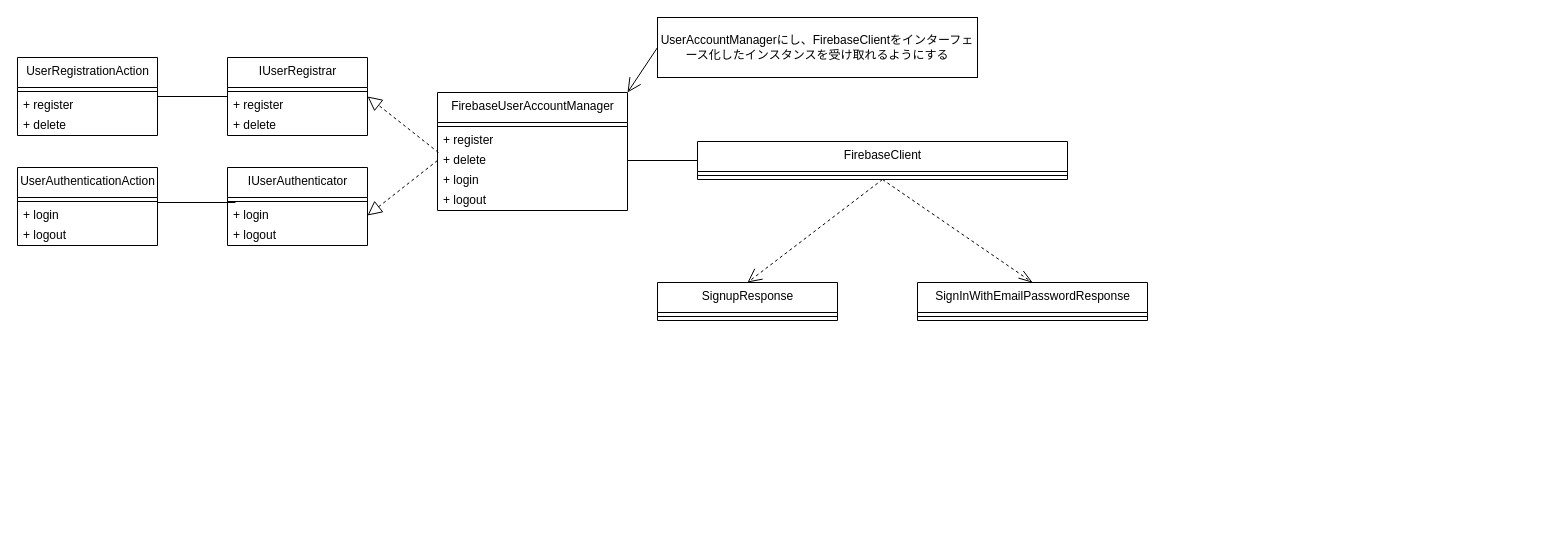
Earlier version of the draw.io diagram page "AuthenticationModule" (3 of 7) of project-designs/class-diagrams/ff14-sns.drawio (Mouwf/FF14SNS). Source tidied: cells renumbered, new cells numbered last; positions are measured from the earlier drawing's top-left corner, leaving out a move shared by most shapes. Both pictures are drawn from the tidied source at 100%, with x=0, y=0 at pixel (17, 17).
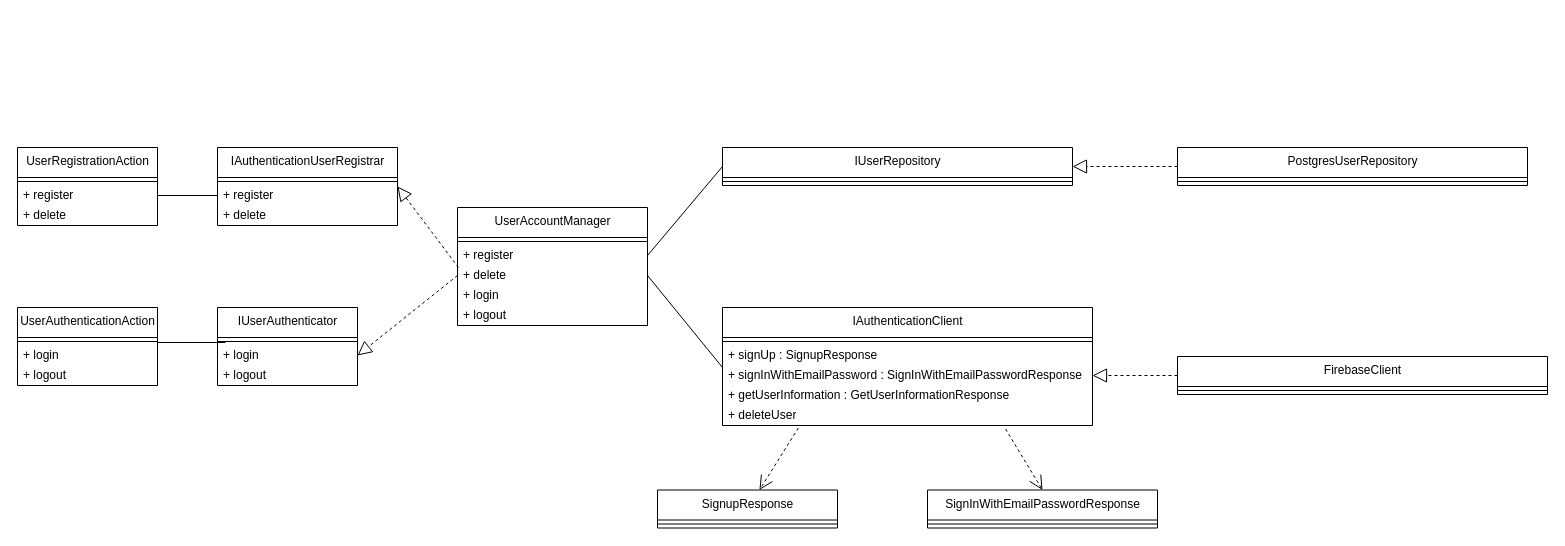
After the change.

The change refers to these unchanged cells:
```xml
<mxCell id="12" value="+ register" style="text;html=1;strokeColor=none;fillColor=none;align=left;verticalAlign=middle;spacingLeft=4;spacingRight=4;overflow=hidden;points=[[0,0.5],[1,0.5]];portConstraint=eastwest;" parent="10" vertex="1">
  <mxGeometry y="38" width="190" height="20" as="geometry" />
</mxCell>
<mxCell id="13" value="+ delete" style="text;html=1;strokeColor=none;fillColor=none;align=left;verticalAlign=middle;spacingLeft=4;spacingRight=4;overflow=hidden;points=[[0,0.5],[1,0.5]];portConstraint=eastwest;" parent="10" vertex="1">
  <mxGeometry y="58" width="190" height="20" as="geometry" />
</mxCell>
<mxCell id="19" value="+ register" style="text;html=1;strokeColor=none;fillColor=none;align=left;verticalAlign=middle;spacingLeft=4;spacingRight=4;overflow=hidden;points=[[0,0.5],[1,0.5]];portConstraint=eastwest;" parent="17" vertex="1">
  <mxGeometry y="38" width="140" height="20" as="geometry" />
</mxCell>
```

What changed in the source:
```diff
@@
     <mxCell id="2" value="IUserAuthenticator" style="swimlane;fontStyle=0;align=center;verticalAlign=top;horizontal=1;startSize=30;html=1;" parent="1" vertex="1">
-      <mxGeometry x="210" y="150" width="140" height="78" as="geometry" />
+      <mxGeometry x="200" y="290" width="140" height="78" as="geometry" />
     </mxCell>
@@
-    <mxCell id="6" value="IUserRegistrar" style="swimlane;fontStyle=0;align=center;verticalAlign=top;horizontal=1;startSize=30;html=1;" parent="1" vertex="1">
-      <mxGeometry x="210" y="40" width="140" height="78" as="geometry" />
+    <mxCell id="6" value="IAuthenticationUserRegistrar" style="swimlane;fontStyle=0;align=center;verticalAlign=top;horizontal=1;startSize=30;html=1;" parent="1" vertex="1">
+      <mxGeometry x="200" y="130" width="180" height="78" as="geometry" />
     </mxCell>
     <mxCell id="7" style="line;strokeWidth=1;fillColor=none;align=left;verticalAlign=middle;spacingTop=-1;spacingLeft=3;spacingRight=3;labelPosition=right;" parent="6" vertex="1">
-      <mxGeometry y="30" width="140" height="8" as="geometry" />
+      <mxGeometry y="30" width="180" height="8" as="geometry" />
     </mxCell>
     <mxCell id="8" value="+ register" style="text;html=1;strokeColor=none;fillColor=none;align=left;verticalAlign=middle;spacingLeft=4;spacingRight=4;overflow=hidden;points=[[0,0.5],[1,0.5]];portConstraint=eastwest;" parent="6" vertex="1">
-      <mxGeometry y="38" width="140" height="20" as="geometry" />
+      <mxGeometry y="38" width="180" height="20" as="geometry" />
     </mxCell>
     <mxCell id="9" value="+ delete" style="text;html=1;strokeColor=none;fillColor=none;align=left;verticalAlign=middle;spacingLeft=4;spacingRight=4;overflow=hidden;" parent="6" vertex="1">
-      <mxGeometry y="58" width="140" height="20" as="geometry" />
+      <mxGeometry y="58" width="180" height="20" as="geometry" />
     </mxCell>
-    <mxCell id="10" value="FirebaseUserAccountManager" style="swimlane;fontStyle=0;align=center;verticalAlign=top;horizontal=1;startSize=30;html=1;" parent="1" vertex="1">
-      <mxGeometry x="420" y="75" width="190" height="118" as="geometry" />
+    <mxCell id="10" value="UserAccountManager" style="swimlane;fontStyle=0;align=center;verticalAlign=top;horizontal=1;startSize=30;html=1;" parent="1" vertex="1">
+      <mxGeometry x="440" y="190" width="190" height="118" as="geometry" />
     </mxCell>
@@
-    <mxCell id="16" style="edgeStyle=none;rounded=0;jumpSize=6;html=1;exitX=1;exitY=0.5;exitDx=0;exitDy=0;strokeWidth=1;endArrow=none;endFill=0;endSize=12;targetPerimeterSpacing=0;entryX=0;entryY=0.5;entryDx=0;entryDy=0;" parent="1" edge="1" source="17" target="6">
-      <mxGeometry relative="1" as="geometry" />
-    </mxCell>
     <mxCell id="17" value="UserRegistrationAction" style="swimlane;fontStyle=0;align=center;verticalAlign=top;horizontal=1;startSize=30;html=1;" parent="1" vertex="1">
-      <mxGeometry y="40" width="140" height="78" as="geometry" />
+      <mxGeometry y="130" width="140" height="78" as="geometry" />
     </mxCell>
@@
     <mxCell id="24" value="UserAuthenticationAction" style="swimlane;fontStyle=0;align=center;verticalAlign=top;horizontal=1;startSize=30;html=1;" parent="1" vertex="1">
-      <mxGeometry y="150" width="140" height="78" as="geometry" />
+      <mxGeometry y="290" width="140" height="78" as="geometry" />
     </mxCell>
@@
-    <mxCell id="28" style="edgeStyle=none;html=1;exitX=0.5;exitY=1;exitDx=0;exitDy=0;entryX=0.5;entryY=0;entryDx=0;entryDy=0;endArrow=open;endFill=0;endSize=12;dashed=1;" parent="1" edge="1" source="30" target="35">
-      <mxGeometry relative="1" as="geometry" />
-    </mxCell>
-    <mxCell id="29" style="edgeStyle=none;html=1;exitX=0.5;exitY=1;exitDx=0;exitDy=0;entryX=0.5;entryY=0;entryDx=0;entryDy=0;endArrow=openThin;endFill=0;endSize=12;dashed=1;" parent="1" edge="1" source="30" target="33">
-      <mxGeometry relative="1" as="geometry" />
-    </mxCell>
+    <mxCell id="39" style="edgeStyle=none;html=1;exitX=0;exitY=0.5;exitDx=0;exitDy=0;entryX=1;entryY=0.5;entryDx=0;entryDy=0;dashed=1;endArrow=block;endFill=0;endSize=12;" parent="1" edge="1" source="30" target="43">
+      <mxGeometry relative="1" as="geometry" />
+    </mxCell>
     <mxCell id="30" value="FirebaseClient" style="swimlane;fontStyle=0;align=center;verticalAlign=top;horizontal=1;startSize=30;html=1;" parent="1" vertex="1">
-      <mxGeometry x="680" y="124" width="370" height="38" as="geometry" />
+      <mxGeometry x="1160" y="339" width="370" height="38" as="geometry" />
     </mxCell>
@@
-    <mxCell id="32" style="edgeStyle=none;html=1;exitX=1;exitY=0.5;exitDx=0;exitDy=0;entryX=0;entryY=0.5;entryDx=0;entryDy=0;endArrow=none;endFill=0;endSize=12;" parent="1" edge="1" source="13" target="30">
-      <mxGeometry relative="1" as="geometry" />
-    </mxCell>
     <mxCell id="33" value="&lt;span style=&quot;text-align: left;&quot;&gt;SignInWithEmailPasswordResponse&lt;/span&gt;" style="swimlane;fontStyle=0;align=center;verticalAlign=top;horizontal=1;startSize=30;html=1;" parent="1" vertex="1">
-      <mxGeometry x="900" y="265" width="230" height="38" as="geometry" />
+      <mxGeometry x="910" y="472.5" width="230" height="38" as="geometry" />
     </mxCell>
@@
     <mxCell id="35" value="&lt;span style=&quot;text-align: left;&quot;&gt;SignupResponse&lt;/span&gt;" style="swimlane;fontStyle=0;align=center;verticalAlign=top;horizontal=1;startSize=30;html=1;" parent="1" vertex="1">
-      <mxGeometry x="640" y="265" width="180" height="38" as="geometry" />
+      <mxGeometry x="640" y="472.5" width="180" height="38" as="geometry" />
     </mxCell>
@@
-    <mxCell id="37" style="edgeStyle=none;html=1;exitX=0;exitY=0.5;exitDx=0;exitDy=0;endArrow=open;endFill=0;endSize=12;entryX=1;entryY=0;entryDx=0;entryDy=0;" parent="1" edge="1" source="38" target="10">
-      <mxGeometry relative="1" as="geometry" />
-    </mxCell>
-    <mxCell id="38" value="UserAccountManagerにし、FirebaseClientをインターフェース化したインスタンスを受け取れるようにする" style="rounded=0;whiteSpace=wrap;html=1;" parent="1" vertex="1">
-      <mxGeometry x="640" width="320" height="60" as="geometry" />
-    </mxCell>
+    <mxCell id="40" value="IAuthenticationClient" style="swimlane;fontStyle=0;align=center;verticalAlign=top;horizontal=1;startSize=30;html=1;" parent="1" vertex="1">
+      <mxGeometry x="705" y="290" width="370" height="118" as="geometry" />
+    </mxCell>
+    <mxCell id="41" style="line;strokeWidth=1;fillColor=none;align=left;verticalAlign=middle;spacingTop=-1;spacingLeft=3;spacingRight=3;labelPosition=right;" parent="40" vertex="1">
+      <mxGeometry y="30" width="370" height="8" as="geometry" />
+    </mxCell>
+    <mxCell id="42" value="+ signUp : SignupResponse" style="text;html=1;strokeColor=none;fillColor=none;align=left;verticalAlign=middle;spacingLeft=4;spacingRight=4;overflow=hidden;" parent="40" vertex="1">
+      <mxGeometry y="38" width="370" height="20" as="geometry" />
+    </mxCell>
+    <mxCell id="43" value="+ signInWithEmailPassword : SignInWithEmailPasswordResponse" style="text;html=1;strokeColor=none;fillColor=none;align=left;verticalAlign=middle;spacingLeft=4;spacingRight=4;overflow=hidden;points=[[0,0.5],[1,0.5]];portConstraint=eastwest;" parent="40" vertex="1">
+      <mxGeometry y="58" width="370" height="20" as="geometry" />
+    </mxCell>
+    <mxCell id="44" value="+ getUserInformation : GetUserInformationResponse" style="text;html=1;strokeColor=none;fillColor=none;align=left;verticalAlign=middle;spacingLeft=4;spacingRight=4;overflow=hidden;" parent="40" vertex="1">
+      <mxGeometry y="78" width="370" height="20" as="geometry" />
+    </mxCell>
+    <mxCell id="45" value="+ deleteUser" style="text;html=1;strokeColor=none;fillColor=none;align=left;verticalAlign=middle;spacingLeft=4;spacingRight=4;overflow=hidden;points=[[0,0.5],[1,0.5]];portConstraint=eastwest;" parent="40" vertex="1">
+      <mxGeometry y="98" width="370" height="20" as="geometry" />
+    </mxCell>
+    <mxCell id="46" value="IUserRepository" style="swimlane;fontStyle=0;align=center;verticalAlign=top;horizontal=1;startSize=30;html=1;" parent="1" vertex="1">
+      <mxGeometry x="705" y="130" width="350" height="38" as="geometry" />
+    </mxCell>
+    <mxCell id="47" style="line;strokeWidth=1;fillColor=none;align=left;verticalAlign=middle;spacingTop=-1;spacingLeft=3;spacingRight=3;labelPosition=right;" parent="46" vertex="1">
+      <mxGeometry y="30" width="350" height="8" as="geometry" />
+    </mxCell>
+    <mxCell id="48" value="PostgresUserRepository" style="swimlane;fontStyle=0;align=center;verticalAlign=top;horizontal=1;startSize=30;html=1;" parent="1" vertex="1">
+      <mxGeometry x="1160" y="130" width="350" height="38" as="geometry" />
+    </mxCell>
+    <mxCell id="49" style="line;strokeWidth=1;fillColor=none;align=left;verticalAlign=middle;spacingTop=-1;spacingLeft=3;spacingRight=3;labelPosition=right;" parent="48" vertex="1">
+      <mxGeometry y="30" width="350" height="8" as="geometry" />
+    </mxCell>
+    <mxCell id="50" style="edgeStyle=none;html=1;exitX=0;exitY=0.5;exitDx=0;exitDy=0;dashed=1;endArrow=block;endFill=0;endSize=12;entryX=1;entryY=0.5;entryDx=0;entryDy=0;" parent="1" edge="1" source="48" target="46">
+      <mxGeometry relative="1" as="geometry" />
+    </mxCell>
+    <mxCell id="51" style="edgeStyle=none;html=1;exitX=0.205;exitY=1.125;exitDx=0;exitDy=0;dashed=1;endArrow=open;endFill=0;endSize=12;exitPerimeter=0;" parent="1" edge="1" source="45" target="35">
+      <mxGeometry relative="1" as="geometry" />
+    </mxCell>
+    <mxCell id="52" style="edgeStyle=none;html=1;exitX=0.765;exitY=1.175;exitDx=0;exitDy=0;entryX=0.5;entryY=0;entryDx=0;entryDy=0;dashed=1;endArrow=open;endFill=0;endSize=12;exitPerimeter=0;" parent="1" edge="1" source="45" target="33">
+      <mxGeometry relative="1" as="geometry" />
+    </mxCell>
+    <mxCell id="53" style="edgeStyle=none;html=1;exitX=1;exitY=0.5;exitDx=0;exitDy=0;entryX=0;entryY=0.5;entryDx=0;entryDy=0;endArrow=none;endFill=0;endSize=12;" parent="1" edge="1" source="19" target="8">
+      <mxGeometry relative="1" as="geometry" />
+    </mxCell>
+    <mxCell id="54" style="edgeStyle=none;html=1;exitX=1;exitY=0.5;exitDx=0;exitDy=0;entryX=0;entryY=0.5;entryDx=0;entryDy=0;endArrow=none;endFill=0;endSize=12;" parent="1" edge="1" source="12" target="46">
+      <mxGeometry relative="1" as="geometry" />
+    </mxCell>
+    <mxCell id="55" style="edgeStyle=none;html=1;exitX=1;exitY=0.5;exitDx=0;exitDy=0;entryX=0;entryY=0.1;entryDx=0;entryDy=0;entryPerimeter=0;endArrow=none;endFill=0;endSize=12;" parent="1" edge="1" source="13" target="43">
+      <mxGeometry relative="1" as="geometry" />
+    </mxCell>
```
